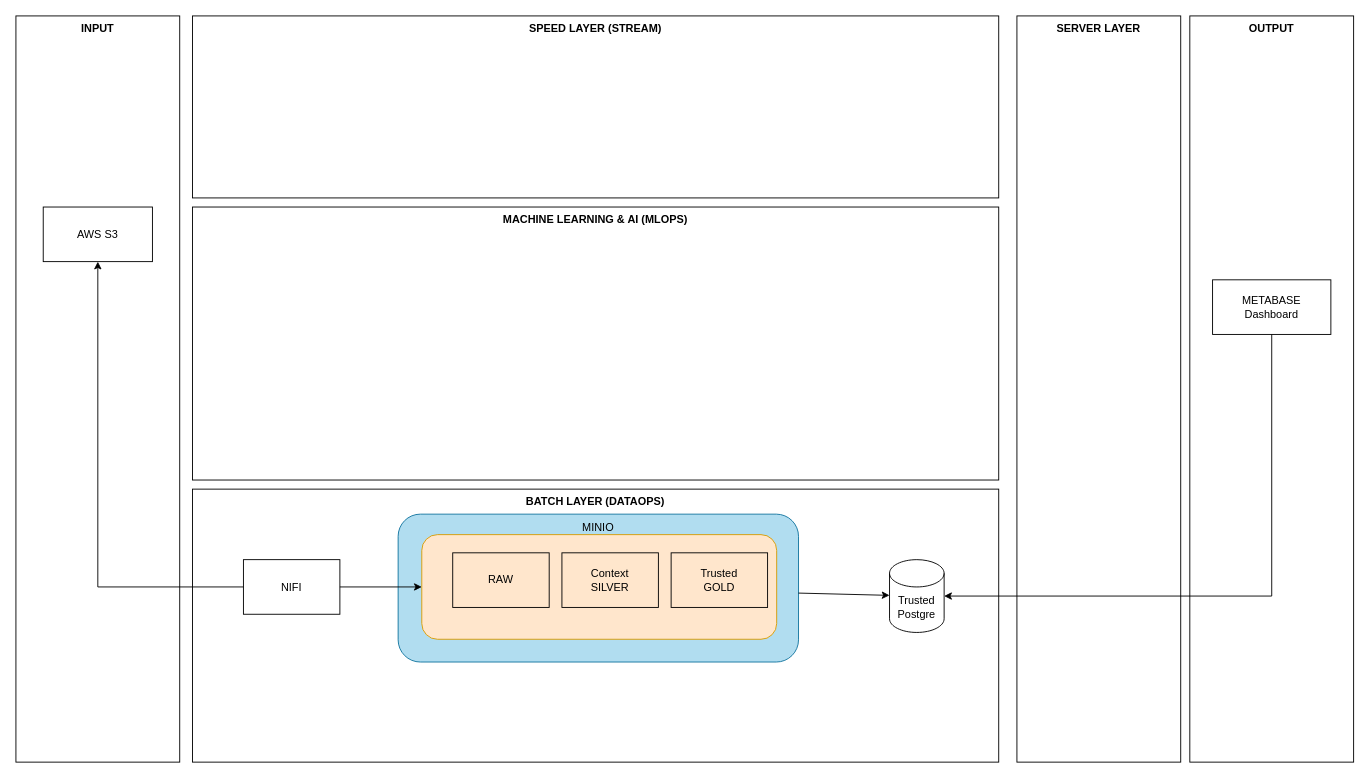
This is page "V1" (1 of 2) of artefatos/Projeto.drawio from almagrosolutions/fia-equipe7, a draw.io file, before an edit. Source tidied: cells renumbered, new cells numbered last; positions are measured from the earlier drawing's top-left corner, leaving out a move shared by most shapes. Both pictures are drawn from the tidied source at 91%, with x=0, y=0 at pixel (15, 15).
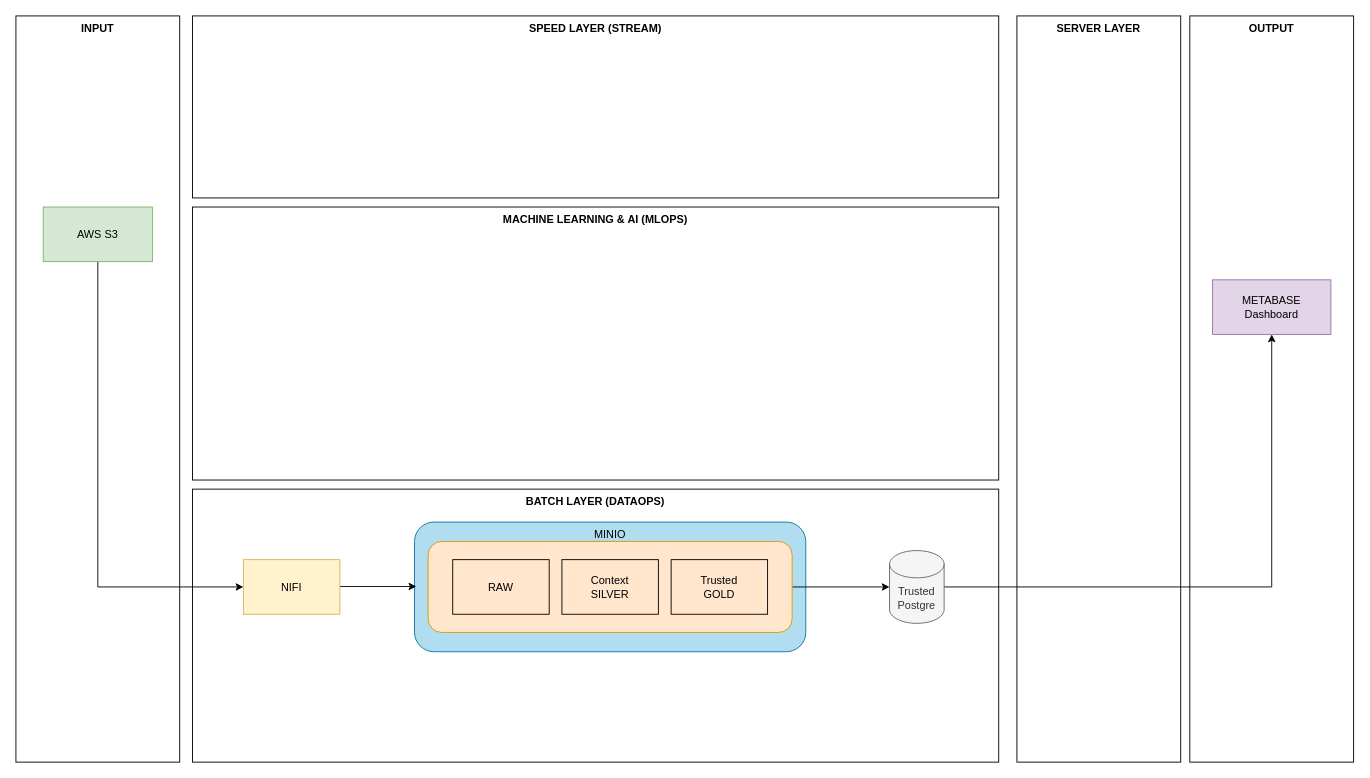
The same page after the edit.

Commit message:
Arquivos artefatos atualizados

What changed in the source:
```diff
@@
     <mxCell id="4" value="MINIO" style="rounded=1;whiteSpace=wrap;html=1;fillColor=#b1ddf0;verticalAlign=top;strokeColor=#10739e;" parent="1" vertex="1">
-      <mxGeometry x="420" y="547.5" width="440" height="162.5" as="geometry" />
+      <mxGeometry x="438" y="556.2" width="430" height="142.5" as="geometry" />
     </mxCell>
@@
+    <mxCell id="21" style="edgeStyle=orthogonalEdgeStyle;rounded=0;jettySize=auto;html=1;startArrow=none;startFill=0;" parent="1" edge="1" source="9" target="18">
+      <mxGeometry relative="1" as="geometry" />
+    </mxCell>
-    <mxCell id="9" value="Trusted&lt;br&gt;Postgre" style="shape=cylinder3;whiteSpace=wrap;html=1;boundedLbl=1;backgroundOutline=1;size=15;fillColor=none;verticalAlign=middle;fontSize=12;" parent="1" vertex="1">
-      <mxGeometry x="960" y="597.5" width="60" height="80" as="geometry" />
+    <mxCell id="9" value="Trusted&lt;br&gt;Postgre" style="shape=cylinder3;whiteSpace=wrap;html=1;boundedLbl=1;backgroundOutline=1;size=15;fillColor=#f5f5f5;verticalAlign=middle;fontSize=12;fontColor=#333333;strokeColor=#666666;" parent="1" vertex="1">
+      <mxGeometry x="960" y="587.5" width="60" height="80" as="geometry" />
     </mxCell>
-    <mxCell id="10" style="edgeStyle=orthogonalEdgeStyle;rounded=0;jettySize=auto;html=1;" parent="1" edge="1" source="12" target="14">
-      <mxGeometry relative="1" as="geometry" />
-    </mxCell>
-    <mxCell id="11" style="edgeStyle=orthogonalEdgeStyle;rounded=0;jettySize=auto;html=1;" parent="1" edge="1" source="12" target="13">
-      <mxGeometry relative="1" as="geometry" />
-    </mxCell>
+    <mxCell id="22" style="edgeStyle=orthogonalEdgeStyle;rounded=0;jettySize=auto;html=1;startArrow=none;startFill=0;" parent="1" edge="1" source="12">
+      <mxGeometry relative="1" as="geometry">
+        <mxPoint x="440" y="627" as="targetPoint" />
+      </mxGeometry>
+    </mxCell>
-    <mxCell id="12" value="NIFI" style="rounded=0;whiteSpace=wrap;html=1;fillColor=none;" parent="1" vertex="1">
+    <mxCell id="12" value="NIFI" style="rounded=0;whiteSpace=wrap;html=1;fillColor=#fff2cc;strokeColor=#d6b656;" parent="1" vertex="1">
       <mxGeometry x="250" y="597.5" width="106" height="60" as="geometry" />
     </mxCell>
+    <mxCell id="23" style="edgeStyle=orthogonalEdgeStyle;rounded=0;jettySize=auto;html=1;entryX=0;entryY=0.5;entryDx=0;entryDy=0;startArrow=none;startFill=0;" parent="1" edge="1" source="13" target="12">
+      <mxGeometry relative="1" as="geometry">
+        <Array as="points">
+          <mxPoint x="90" y="628" />
+        </Array>
+      </mxGeometry>
+    </mxCell>
-    <mxCell id="13" value="AWS S3" style="rounded=0;whiteSpace=wrap;html=1;fillColor=none;" parent="1" vertex="1">
+    <mxCell id="13" value="AWS S3" style="rounded=0;whiteSpace=wrap;html=1;fillColor=#d5e8d4;strokeColor=#82b366;" parent="1" vertex="1">
       <mxGeometry x="30" y="210" width="120" height="60" as="geometry" />
     </mxCell>
+    <mxCell id="24" style="edgeStyle=orthogonalEdgeStyle;rounded=0;jettySize=auto;html=1;startArrow=none;startFill=0;" parent="1" edge="1" source="14" target="9">
+      <mxGeometry relative="1" as="geometry" />
+    </mxCell>
     <mxCell id="14" style="rounded=1;whiteSpace=wrap;html=1;fillColor=#ffe6cc;strokeColor=#d79b00;" parent="1" vertex="1">
-      <mxGeometry x="446" y="570" width="390" height="115" as="geometry" />
+      <mxGeometry x="453" y="577.5" width="400" height="100" as="geometry" />
     </mxCell>
     <mxCell id="15" value="Context&lt;br&gt;SILVER" style="rounded=0;whiteSpace=wrap;html=1;fillColor=none;" parent="1" vertex="1">
-      <mxGeometry x="600" y="590" width="106" height="60" as="geometry" />
+      <mxGeometry x="600" y="597.5" width="106" height="60" as="geometry" />
     </mxCell>
     <mxCell id="16" value="Trusted&lt;br&gt;GOLD" style="rounded=0;whiteSpace=wrap;html=1;fillColor=none;" parent="1" vertex="1">
-      <mxGeometry x="720" y="590" width="106" height="60" as="geometry" />
+      <mxGeometry x="720" y="597.5" width="106" height="60" as="geometry" />
     </mxCell>
-    <mxCell id="17" style="edgeStyle=orthogonalEdgeStyle;rounded=0;jettySize=auto;html=1;entryX=1;entryY=0.5;entryDx=0;entryDy=0;entryPerimeter=0;exitX=0.5;exitY=1;exitDx=0;exitDy=0;" parent="1" edge="1" source="18" target="9">
-      <mxGeometry relative="1" as="geometry" />
-    </mxCell>
-    <mxCell id="18" value="METABASE&lt;br&gt;Dashboard" style="rounded=0;whiteSpace=wrap;html=1;fontSize=12;fillColor=none;" parent="1" vertex="1">
+    <mxCell id="18" value="METABASE&lt;br&gt;Dashboard" style="rounded=0;whiteSpace=wrap;html=1;fontSize=12;fillColor=#e1d5e7;strokeColor=#9673a6;" parent="1" vertex="1">
       <mxGeometry x="1315" y="290" width="130" height="60" as="geometry" />
     </mxCell>
-    <mxCell id="19" style="endArrow=classic;html=1;rounded=0;" parent="1" edge="1" source="4" target="9">
-      <mxGeometry relative="1" as="geometry" />
-    </mxCell>
     <mxCell id="20" value="RAW" style="rounded=0;whiteSpace=wrap;html=1;fillColor=none;" parent="1" vertex="1">
-      <mxGeometry x="480" y="590" width="106" height="60" as="geometry" />
+      <mxGeometry x="480" y="597.5" width="106" height="60" as="geometry" />
     </mxCell>
```
